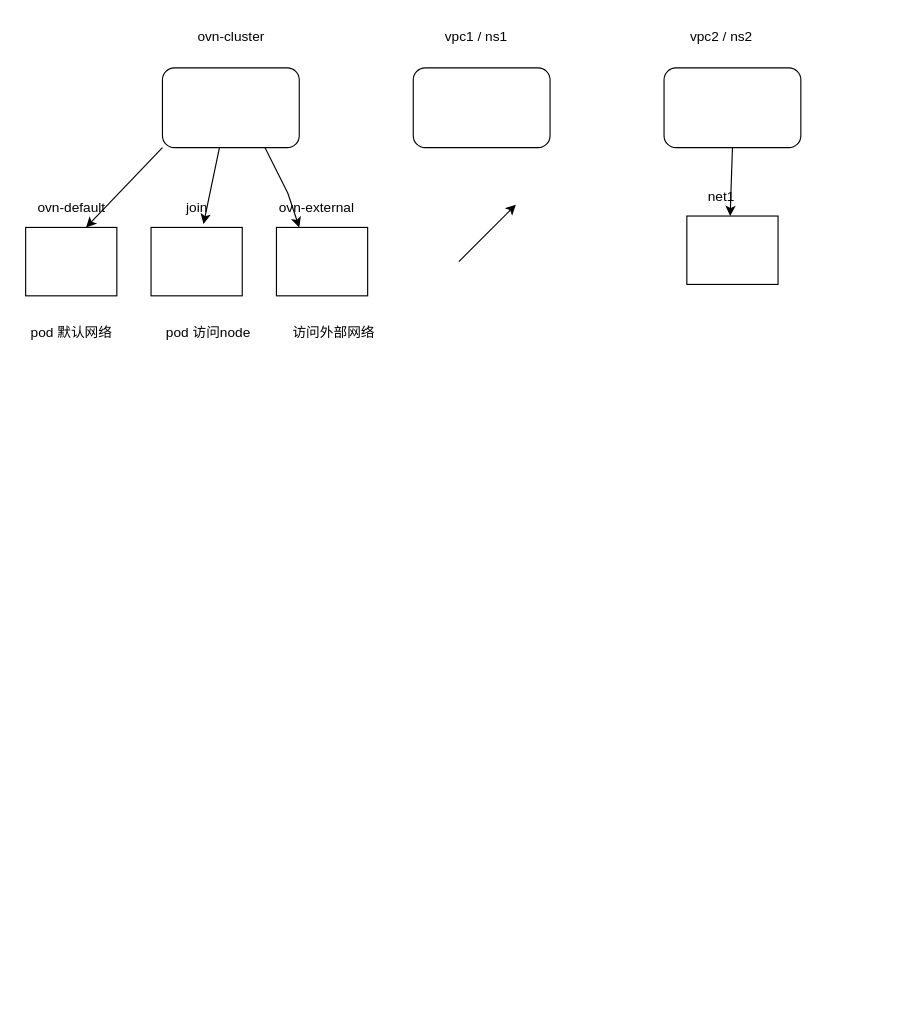
Earlier version of the draw.io diagram kube-ovn-network2.drawio (pslzym/algo). Source tidied: cells renumbered, new cells numbered last; positions are measured from the earlier drawing's top-left corner, leaving out a move shared by most shapes. Both pictures are drawn from the tidied source at 114%, with x=0, y=0 at pixel (19, 19).
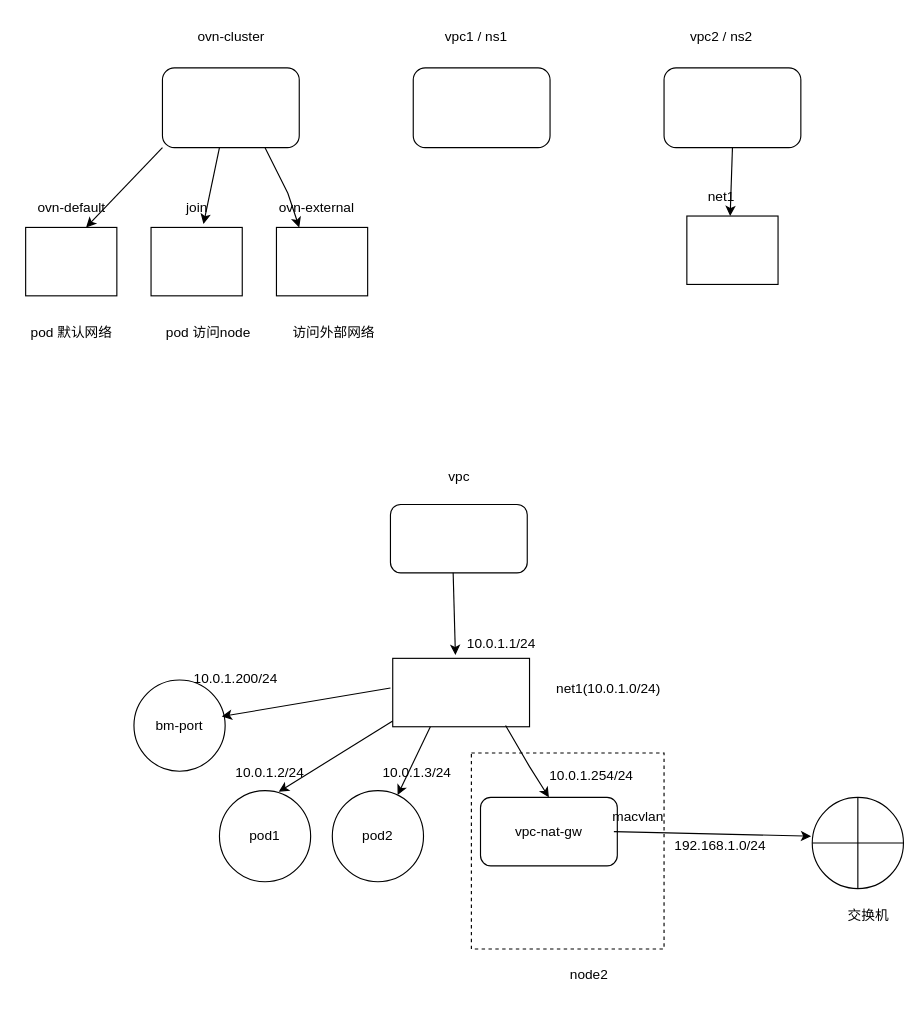
After the change.

Change to the diagram source:
```diff
@@
-    <mxCell id="22" style="endArrow=classic;html=1;rounded=0;" parent="1" edge="1">
-      <mxGeometry relative="1" as="geometry">
-        <mxPoint x="385" y="212" as="sourcePoint" />
-        <mxPoint x="435" y="162" as="targetPoint" />
-      </mxGeometry>
-    </mxCell>
@@
+    <mxCell id="24" style="rounded=1;whiteSpace=wrap;html=1;" parent="1" vertex="1">
+      <mxGeometry x="325" y="425" width="120" height="60" as="geometry" />
+    </mxCell>
+    <mxCell id="25" value="vpc" style="text;html=1;align=center;verticalAlign=middle;strokeColor=none;fillColor=none;" parent="1" vertex="1">
+      <mxGeometry x="366.5" y="388" width="37" height="26" as="geometry" />
+    </mxCell>
+    <mxCell id="26" style="rounded=0;whiteSpace=wrap;html=1;" parent="1" vertex="1">
+      <mxGeometry x="327" y="560" width="120" height="60" as="geometry" />
+    </mxCell>
+    <mxCell id="27" value="net1(10.0.1.0/24)" style="text;html=1;align=center;verticalAlign=middle;strokeColor=none;fillColor=none;" parent="1" vertex="1">
+      <mxGeometry x="461" y="574" width="109" height="26" as="geometry" />
+    </mxCell>
+    <mxCell id="28" style="endArrow=classic;html=1;rounded=0;" parent="1" edge="1">
+      <mxGeometry relative="1" as="geometry">
+        <mxPoint x="380" y="485" as="sourcePoint" />
+        <mxPoint x="382" y="557" as="targetPoint" />
+      </mxGeometry>
+    </mxCell>
+    <mxCell id="29" value="10.0.1.1/24" style="text;html=1;align=center;verticalAlign=middle;strokeColor=none;fillColor=none;" parent="1" vertex="1">
+      <mxGeometry x="383" y="534" width="78" height="26" as="geometry" />
+    </mxCell>
+    <mxCell id="30" value="pod1" style="ellipse;whiteSpace=wrap;html=1;" parent="1" vertex="1">
+      <mxGeometry x="175" y="676" width="80" height="80" as="geometry" />
+    </mxCell>
+    <mxCell id="31" value="pod2" style="ellipse;whiteSpace=wrap;html=1;" parent="1" vertex="1">
+      <mxGeometry x="274" y="676" width="80" height="80" as="geometry" />
+    </mxCell>
+    <mxCell id="32" style="endArrow=classic;html=1;rounded=0;entryX=0.65;entryY=0.013;entryDx=0;entryDy=0;entryPerimeter=0;" parent="1" edge="1" target="30">
+      <mxGeometry relative="1" as="geometry">
+        <mxPoint x="327" y="615" as="sourcePoint" />
+      </mxGeometry>
+    </mxCell>
+    <mxCell id="33" style="endArrow=classic;html=1;rounded=0;" parent="1" edge="1" target="31">
+      <mxGeometry relative="1" as="geometry">
+        <mxPoint x="360" y="620" as="sourcePoint" />
+      </mxGeometry>
+    </mxCell>
+    <mxCell id="34" value="10.0.1.2/24" style="text;html=1;align=center;verticalAlign=middle;strokeColor=none;fillColor=none;" parent="1" vertex="1">
+      <mxGeometry x="180" y="648" width="78" height="26" as="geometry" />
+    </mxCell>
+    <mxCell id="35" value="10.0.1.3/24" style="text;html=1;align=center;verticalAlign=middle;strokeColor=none;fillColor=none;" parent="1" vertex="1">
+      <mxGeometry x="309" y="648" width="78" height="26" as="geometry" />
+    </mxCell>
+    <mxCell id="36" value="vpc-nat-gw" style="rounded=1;whiteSpace=wrap;html=1;" parent="1" vertex="1">
+      <mxGeometry x="404" y="682" width="120" height="60" as="geometry" />
+    </mxCell>
+    <mxCell id="37" style="endArrow=classic;html=1;rounded=0;exitX=0.825;exitY=0.983;exitDx=0;exitDy=0;exitPerimeter=0;entryX=0.5;entryY=0;entryDx=0;entryDy=0;" parent="1" edge="1" source="26" target="36">
+      <mxGeometry relative="1" as="geometry">
+        <Array as="points">
+          <mxPoint x="447" y="655" />
+        </Array>
+      </mxGeometry>
+    </mxCell>
+    <mxCell id="38" value="10.0.1.254/24" style="text;html=1;align=center;verticalAlign=middle;strokeColor=none;fillColor=none;" parent="1" vertex="1">
+      <mxGeometry x="455" y="650" width="91" height="26" as="geometry" />
+    </mxCell>
+    <mxCell id="39" style="rounded=0;whiteSpace=wrap;html=1;fillColor=none;dashed=1;" parent="1" vertex="1">
+      <mxGeometry x="396" y="643" width="169" height="172" as="geometry" />
+    </mxCell>
+    <mxCell id="40" value="node2" style="text;html=1;align=center;verticalAlign=middle;strokeColor=none;fillColor=none;" parent="1" vertex="1">
+      <mxGeometry x="473" y="825" width="51" height="26" as="geometry" />
+    </mxCell>
+    <mxCell id="41" style="endArrow=classic;html=1;rounded=0;" parent="1" edge="1">
+      <mxGeometry relative="1" as="geometry">
+        <mxPoint x="521" y="712" as="sourcePoint" />
+        <mxPoint x="694" y="716" as="targetPoint" />
+      </mxGeometry>
+    </mxCell>
+    <mxCell id="42" value="macvlan" style="text;html=1;align=center;verticalAlign=middle;strokeColor=none;fillColor=none;" parent="1" vertex="1">
+      <mxGeometry x="510" y="686" width="63" height="26" as="geometry" />
+    </mxCell>
+    <mxCell id="43" style="shape=orEllipse;perimeter=ellipsePerimeter;whiteSpace=wrap;html=1;backgroundOutline=1;" parent="1" vertex="1">
+      <mxGeometry x="695" y="682" width="80" height="80" as="geometry" />
+    </mxCell>
+    <mxCell id="44" value="交换机" style="text;html=1;align=center;verticalAlign=middle;strokeColor=none;fillColor=none;" parent="1" vertex="1">
+      <mxGeometry x="717" y="773" width="54" height="26" as="geometry" />
+    </mxCell>
+    <mxCell id="45" value="192.168.1.0/24" style="text;html=1;align=center;verticalAlign=middle;strokeColor=none;fillColor=none;" parent="1" vertex="1">
+      <mxGeometry x="565" y="712" width="98" height="26" as="geometry" />
+    </mxCell>
+    <mxCell id="46" value="bm-port" style="ellipse;whiteSpace=wrap;html=1;" parent="1" vertex="1">
+      <mxGeometry x="100" y="579" width="80" height="80" as="geometry" />
+    </mxCell>
+    <mxCell id="47" style="endArrow=classic;html=1;rounded=0;entryX=0.963;entryY=0.4;entryDx=0;entryDy=0;entryPerimeter=0;" parent="1" edge="1" target="46">
+      <mxGeometry relative="1" as="geometry">
+        <mxPoint x="325" y="586" as="sourcePoint" />
+      </mxGeometry>
+    </mxCell>
+    <mxCell id="48" value="10.0.1.200/24" style="text;html=1;align=center;verticalAlign=middle;strokeColor=none;fillColor=none;" parent="1" vertex="1">
+      <mxGeometry x="143" y="565" width="91" height="26" as="geometry" />
+    </mxCell>
```
